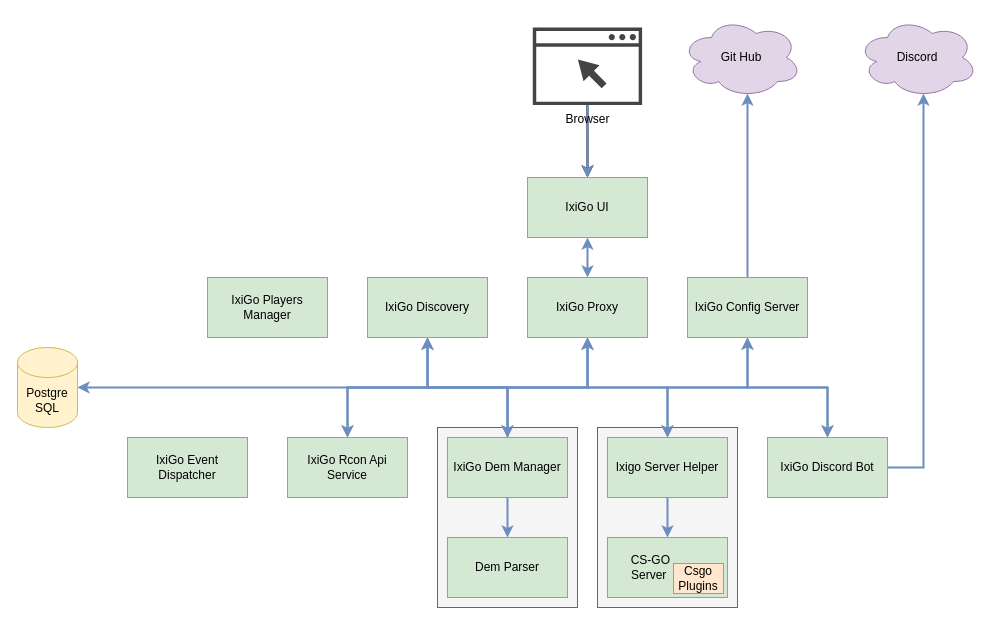
This is misc/pictures/Services Diagram.drawio from marcosolina/csgo_util, a draw.io file, before an edit. Source tidied: cells renumbered, new cells numbered last; positions are measured from the earlier drawing's top-left corner, leaving out a move shared by most shapes. Both pictures are drawn from the tidied source at 100%, with x=0, y=0 at pixel (17, 17).
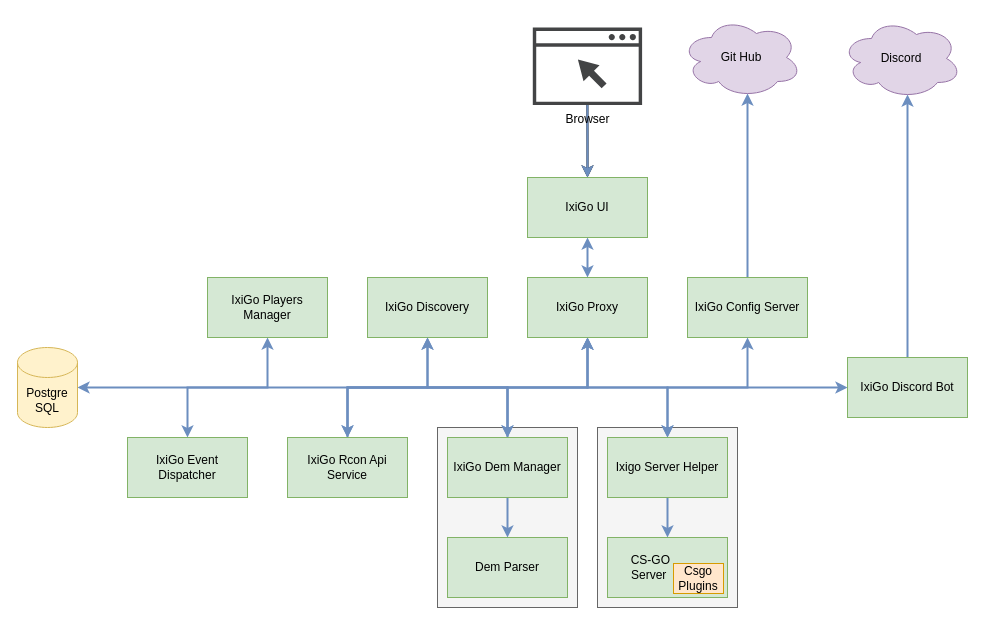
The same diagram, later.

Unchanged cells that the change refers to:
```xml
<mxCell id="4" value="IxiGo Discovery" style="rounded=0;whiteSpace=wrap;html=1;fillColor=#d5e8d4;strokeColor=#82b366;" parent="1" vertex="1">
  <mxGeometry x="350" y="260" width="120" height="60" as="geometry" />
</mxCell>
<mxCell id="6" value="IxiGo Config Server" style="rounded=0;whiteSpace=wrap;html=1;fillColor=#d5e8d4;strokeColor=#82b366;" parent="1" vertex="1">
  <mxGeometry x="670" y="260" width="120" height="60" as="geometry" />
</mxCell>
<mxCell id="13" value="IxiGo Rcon Api Service" style="rounded=0;whiteSpace=wrap;html=1;fillColor=#d5e8d4;strokeColor=#82b366;" parent="1" vertex="1">
  <mxGeometry x="270" y="420" width="120" height="60" as="geometry" />
</mxCell>
<mxCell id="35" value="IxiGo Event Dispatcher" style="rounded=0;whiteSpace=wrap;html=1;fillColor=#d5e8d4;strokeColor=#82b366;" parent="1" vertex="1">
  <mxGeometry x="110" y="420" width="120" height="60" as="geometry" />
</mxCell>
<mxCell id="36" value="IxiGo Players Manager" style="rounded=0;whiteSpace=wrap;html=1;fillColor=#d5e8d4;strokeColor=#82b366;" parent="1" vertex="1">
  <mxGeometry x="190" y="260" width="120" height="60" as="geometry" />
</mxCell>
```

Change to the diagram source:
```diff
@@
-    <mxCell id="7" style="edgeStyle=orthogonalEdgeStyle;rounded=0;jettySize=auto;html=1;exitX=0.5;exitY=0;exitDx=0;exitDy=0;entryX=0.5;entryY=1;entryDx=0;entryDy=0;strokeWidth=2;startArrow=classic;startFill=1;fillColor=#dae8fc;strokeColor=#6c8ebf;" parent="1" edge="1" source="10" target="6">
-      <mxGeometry relative="1" as="geometry" />
-    </mxCell>
-    <mxCell id="8" style="edgeStyle=orthogonalEdgeStyle;rounded=0;jettySize=auto;html=1;exitX=0.5;exitY=0;exitDx=0;exitDy=0;entryX=0.5;entryY=1;entryDx=0;entryDy=0;strokeWidth=2;startArrow=classic;startFill=1;fillColor=#dae8fc;strokeColor=#6c8ebf;" parent="1" edge="1" source="10" target="4">
-      <mxGeometry relative="1" as="geometry" />
-    </mxCell>
-    <mxCell id="9" style="edgeStyle=orthogonalEdgeStyle;rounded=0;jettySize=auto;html=1;exitX=1;exitY=0.5;exitDx=0;exitDy=0;entryX=0.55;entryY=0.95;entryDx=0;entryDy=0;entryPerimeter=0;startArrow=none;startFill=0;endArrow=classic;endFill=1;strokeWidth=2;fillColor=#dae8fc;strokeColor=#6c8ebf;" parent="1" edge="1" source="10" target="32">
+    <mxCell id="9" style="edgeStyle=orthogonalEdgeStyle;rounded=0;jettySize=auto;html=1;exitX=0.5;exitY=0;exitDx=0;exitDy=0;entryX=0.55;entryY=0.95;entryDx=0;entryDy=0;entryPerimeter=0;strokeWidth=2;fillColor=#dae8fc;strokeColor=#6c8ebf;" parent="1" edge="1" source="10" target="32">
       <mxGeometry relative="1" as="geometry" />
     </mxCell>
     <mxCell id="10" value="IxiGo Discord Bot" style="rounded=0;whiteSpace=wrap;html=1;fillColor=#d5e8d4;strokeColor=#82b366;" parent="1" vertex="1">
-      <mxGeometry x="750" y="420" width="120" height="60" as="geometry" />
+      <mxGeometry x="830" y="340" width="120" height="60" as="geometry" />
     </mxCell>
@@
+    <mxCell id="37" style="edgeStyle=orthogonalEdgeStyle;rounded=0;jettySize=auto;html=1;exitX=0.5;exitY=0;exitDx=0;exitDy=0;entryX=0;entryY=0.5;entryDx=0;entryDy=0;strokeWidth=2;fillColor=#dae8fc;strokeColor=#6c8ebf;" parent="1" edge="1" source="13" target="10">
+      <mxGeometry relative="1" as="geometry" />
+    </mxCell>
@@
     <mxCell id="32" value="Discord" style="ellipse;shape=cloud;whiteSpace=wrap;html=1;fillColor=#e1d5e7;strokeColor=#9673a6;" parent="1" vertex="1">
-      <mxGeometry x="840" width="120" height="80" as="geometry" />
+      <mxGeometry x="824" y="1" width="120" height="80" as="geometry" />
     </mxCell>
@@
+    <mxCell id="38" style="edgeStyle=orthogonalEdgeStyle;rounded=0;jettySize=auto;html=1;exitX=0.5;exitY=0;exitDx=0;exitDy=0;entryX=0.5;entryY=1;entryDx=0;entryDy=0;strokeWidth=2;fillColor=#dae8fc;strokeColor=#6c8ebf;startArrow=classic;startFill=1;" parent="1" edge="1" source="35" target="36">
+      <mxGeometry relative="1" as="geometry" />
+    </mxCell>
```
